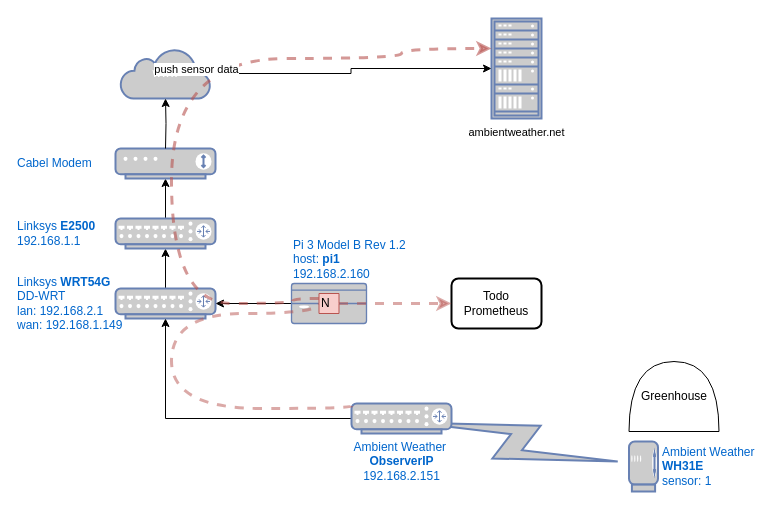
This is docs/iot/gh-iot.drawio from ohiobarn/flowerfarm, a draw.io file, before an edit. Source tidied: cells renumbered, new cells numbered last; positions are measured from the earlier drawing's top-left corner, leaving out a move shared by most shapes. Both pictures are drawn from the tidied source at 100%, with x=0, y=0 at pixel (115, 18).
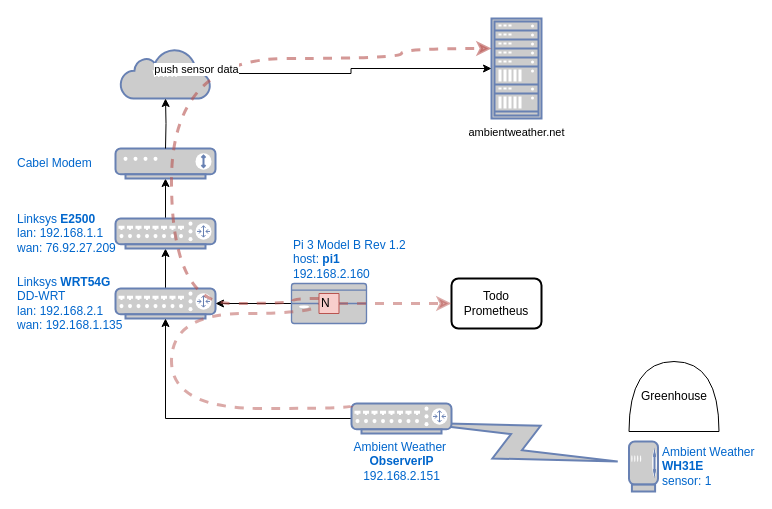
The same diagram, later.

Diff of the diagram source:
```diff
@@
-    <mxCell id="3" value="Linksys &lt;b&gt;WRT54G&lt;/b&gt;&lt;br&gt;DD-WRT&lt;br&gt;lan: 192.168.2.1&lt;br&gt;wan: 192.168.1.149" style="fontColor=#0066CC;verticalAlign=middle;verticalLabelPosition=middle;labelPosition=left;align=left;html=1;outlineConnect=0;fillColor=#CCCCCC;strokeColor=#6881B3;gradientColor=none;gradientDirection=north;strokeWidth=2;shape=mxgraph.networks.router;spacingRight=1;spacingLeft=0;" parent="1" vertex="1">
+    <mxCell id="3" value="Linksys &lt;b&gt;WRT54G&lt;/b&gt;&lt;br&gt;DD-WRT&lt;br&gt;lan: 192.168.2.1&lt;br&gt;wan: 192.168.1.135" style="fontColor=#0066CC;verticalAlign=middle;verticalLabelPosition=middle;labelPosition=left;align=left;html=1;outlineConnect=0;fillColor=#CCCCCC;strokeColor=#6881B3;gradientColor=none;gradientDirection=north;strokeWidth=2;shape=mxgraph.networks.router;spacingRight=1;spacingLeft=0;" parent="1" vertex="1">
       <mxGeometry y="270" width="100" height="30" as="geometry" />
     </mxCell>
@@
-    <mxCell id="5" value="Linksys &lt;b&gt;E2500&lt;/b&gt;&lt;br&gt;192.168.1.1" style="fontColor=#0066CC;verticalAlign=middle;verticalLabelPosition=middle;labelPosition=left;align=left;html=1;outlineConnect=0;fillColor=#CCCCCC;strokeColor=#6881B3;gradientColor=none;gradientDirection=north;strokeWidth=2;shape=mxgraph.networks.router;" parent="1" vertex="1">
+    <mxCell id="5" value="Linksys &lt;b&gt;E2500&lt;/b&gt;&lt;br&gt;lan: 192.168.1.1&lt;br&gt;wan:&amp;nbsp;76.92.27.209" style="fontColor=#0066CC;verticalAlign=middle;verticalLabelPosition=middle;labelPosition=left;align=left;html=1;outlineConnect=0;fillColor=#CCCCCC;strokeColor=#6881B3;gradientColor=none;gradientDirection=north;strokeWidth=2;shape=mxgraph.networks.router;" parent="1" vertex="1">
       <mxGeometry y="200" width="100" height="30" as="geometry" />
     </mxCell>
```
